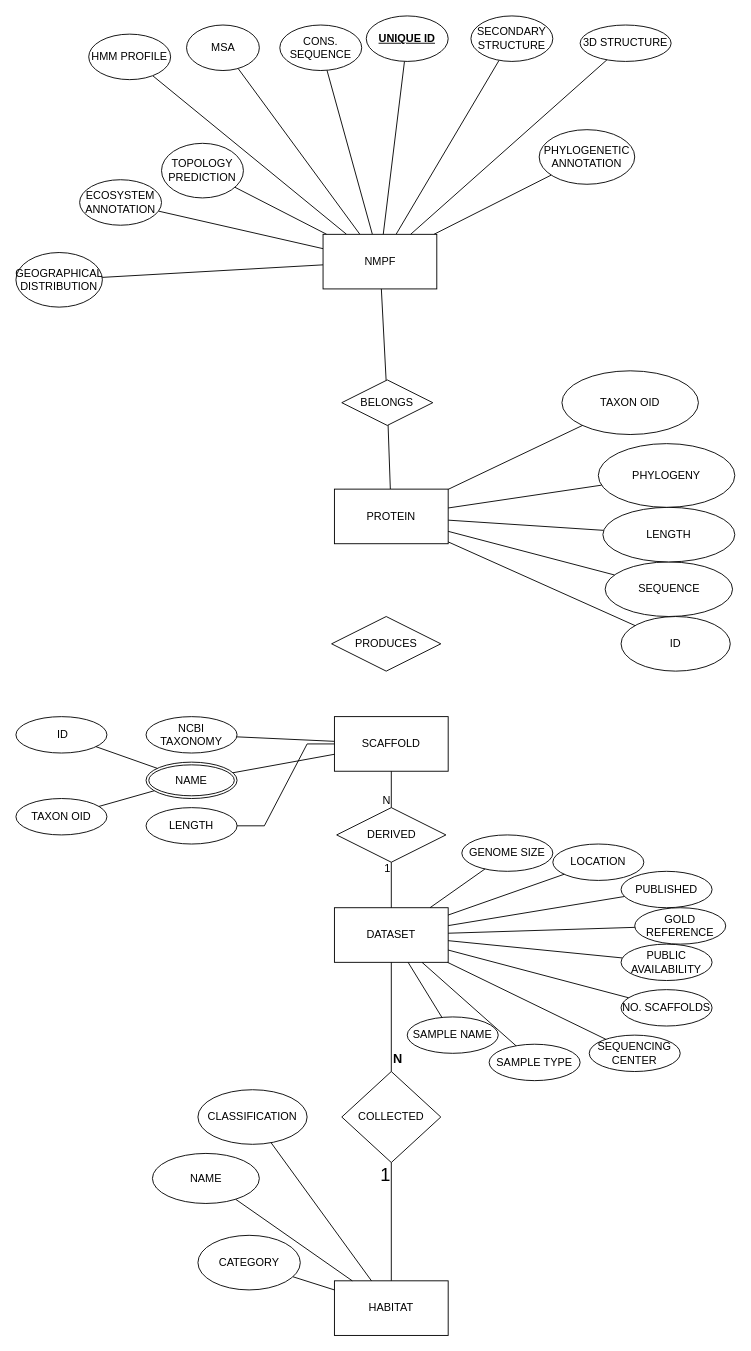
IceGreb/db_project keeps this draw.io diagram as Ανώνυμο διάγραμμα.drawio. Above is the earlier version. Source tidied: cells renumbered, new cells numbered last; positions are measured from the earlier drawing's top-left corner, leaving out a move shared by most shapes. Both pictures are drawn from the tidied source at 91%, with x=0, y=0 at pixel (15, 15).
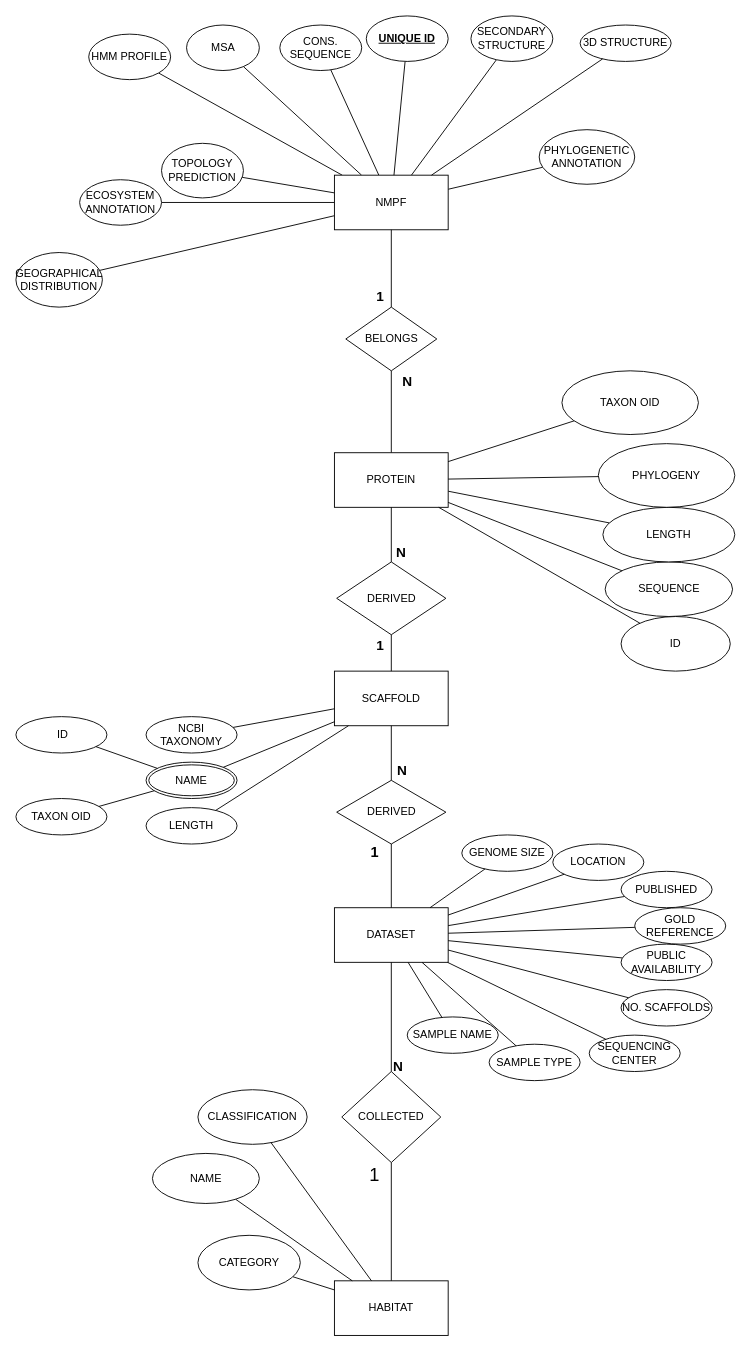
The same diagram, later.

Unchanged cells that the change refers to:
```xml
<mxCell id="21" style="rounded=0;jettySize=auto;html=1;endArrow=none;endFill=0;labelBackgroundColor=none;fontColor=default;" parent="1" edge="1" source="25" target="23">
  <mxGeometry relative="1" as="geometry" />
</mxCell>
<mxCell id="24" style="rounded=0;jettySize=auto;html=1;endArrow=none;endFill=0;labelBackgroundColor=none;fontColor=default;" parent="1" edge="1" source="10" target="25">
  <mxGeometry relative="1" as="geometry" />
</mxCell>
<mxCell id="44" value="LENGTH" style="ellipse;whiteSpace=wrap;html=1;align=center;labelBackgroundColor=none;" parent="1" vertex="1">
  <mxGeometry x="143" y="870" width="100" height="40" as="geometry" />
</mxCell>
<mxCell id="74" style="endArrow=none;html=1;rounded=0;labelBackgroundColor=none;fontColor=default;fontFamily=Permanent Marker;fontSize=30;" parent="1" edge="1" source="73" target="33">
  <mxGeometry relative="1" as="geometry" />
</mxCell>
<mxCell id="76" style="endArrow=none;html=1;rounded=0;labelBackgroundColor=none;labelBorderColor=none;fontColor=default;fontSize=30;labelPosition=center;verticalLabelPosition=top;align=center;verticalAlign=bottom;" parent="1" edge="1" source="73" target="35">
  <mxGeometry relative="1" as="geometry" />
</mxCell>
<mxCell id="79" style="endArrow=none;html=1;rounded=0;" parent="1" edge="1" source="35" target="78">
  <mxGeometry relative="1" as="geometry" />
</mxCell>
<mxCell id="83" style="endArrow=none;html=1;rounded=0;" parent="1" edge="1" source="78" target="34">
  <mxGeometry relative="1" as="geometry" />
</mxCell>
```

Diff of the diagram source:
```diff
@@
     <mxCell id="10" value="NMPF" style="rounded=0;whiteSpace=wrap;html=1;labelBackgroundColor=none;" parent="1" vertex="1">
-      <mxGeometry x="337.5" y="240" width="125" height="60" as="geometry" />
+      <mxGeometry x="350" y="175" width="125" height="60" as="geometry" />
     </mxCell>
@@
+    <mxCell id="85" value="N" style="edgeLabel;html=1;align=center;verticalAlign=middle;fontSize=15;fontStyle=1;" parent="21" vertex="1">
+      <mxGeometry x="-0.71" relative="1" as="geometry">
+        <mxPoint x="17" y="-3" as="offset" />
+      </mxGeometry>
+    </mxCell>
@@
     <mxCell id="23" value="&lt;div&gt;PROTEIN&lt;/div&gt;" style="rounded=0;whiteSpace=wrap;html=1;labelBackgroundColor=none;" parent="1" vertex="1">
-      <mxGeometry x="350" y="520" width="125" height="60" as="geometry" />
+      <mxGeometry x="350" y="480" width="125" height="60" as="geometry" />
     </mxCell>
@@
+    <mxCell id="86" value="1" style="edgeLabel;html=1;align=center;verticalAlign=middle;fontSize=15;fontStyle=1;" parent="24" vertex="1">
+      <mxGeometry x="0.69" y="-1" relative="1" as="geometry">
+        <mxPoint x="-12" as="offset" />
+      </mxGeometry>
+    </mxCell>
     <mxCell id="25" value="BELONGS" style="rhombus;whiteSpace=wrap;html=1;rounded=0;labelBackgroundColor=none;" parent="1" vertex="1">
-      <mxGeometry x="358.1" y="400" width="100" height="50" as="geometry" />
+      <mxGeometry x="362.5" y="320" width="100" height="70" as="geometry" />
     </mxCell>
@@
     <mxCell id="34" value="SCAFFOLD" style="rounded=0;whiteSpace=wrap;html=1;labelBackgroundColor=none;" parent="1" vertex="1">
-      <mxGeometry x="350" y="770" width="125" height="60" as="geometry" />
+      <mxGeometry x="350" y="720" width="125" height="60" as="geometry" />
     </mxCell>
@@
-    <mxCell id="45" style="edgeStyle=entityRelationEdgeStyle;fontSize=12;html=1;endArrow=none;startArrow=none;rounded=0;labelBackgroundColor=none;fontColor=default;startFill=0;endFill=0;" parent="1" edge="1" source="44" target="34">
+    <mxCell id="45" style="fontSize=12;html=1;endArrow=none;startArrow=none;labelBackgroundColor=none;fontColor=default;startFill=0;endFill=0;rounded=1;strokeColor=default;" parent="1" edge="1" source="44" target="34">
       <mxGeometry relative="1" as="geometry" />
     </mxCell>
@@
-    <mxCell id="48" value="PRODUCES" style="shape=rhombus;perimeter=rhombusPerimeter;whiteSpace=wrap;html=1;align=center;labelBackgroundColor=none;" parent="1" vertex="1">
-      <mxGeometry x="346.9" y="660" width="120" height="60" as="geometry" />
+    <mxCell id="48" value="DERIVED" style="shape=rhombus;perimeter=rhombusPerimeter;whiteSpace=wrap;html=1;align=center;labelBackgroundColor=none;" parent="1" vertex="1">
+      <mxGeometry x="352.5" y="600" width="120" height="80" as="geometry" />
     </mxCell>
@@
     <mxCell id="75" value="&lt;font style=&quot;font-size: 20px;&quot;&gt;1&lt;/font&gt;" style="html=1;whiteSpace=wrap;align=right;verticalAlign=bottom;labelBackgroundColor=none;fontSize=30;" parent="74" vertex="1">
       <mxGeometry x="1" relative="1" as="geometry">
-        <mxPoint y="-100" as="offset" />
+        <mxPoint x="-12" y="-100" as="offset" />
       </mxGeometry>
     </mxCell>
@@
-    <mxCell id="77" value="&lt;div align=&quot;left&quot;&gt;&lt;h3&gt;N&lt;/h3&gt;&lt;/div&gt;" style="html=1;whiteSpace=wrap;align=left;verticalAlign=bottom;labelBackgroundColor=none;" parent="76" vertex="1">
+    <mxCell id="77" value="&lt;div align=&quot;left&quot; style=&quot;font-size: 15px;&quot;&gt;&lt;h3 style=&quot;font-size: 15px;&quot;&gt;N&lt;/h3&gt;&lt;/div&gt;" style="html=1;whiteSpace=wrap;align=left;verticalAlign=bottom;labelBackgroundColor=none;fontSize=15;" parent="76" vertex="1">
       <mxGeometry x="1" relative="1" as="geometry">
-        <mxPoint y="130" as="offset" />
+        <mxPoint y="140" as="offset" />
       </mxGeometry>
     </mxCell>
     <mxCell id="78" value="DERIVED" style="shape=rhombus;perimeter=rhombusPerimeter;whiteSpace=wrap;html=1;align=center;" parent="1" vertex="1">
-      <mxGeometry x="352.5" y="870" width="120" height="60" as="geometry" />
+      <mxGeometry x="352.5" y="840" width="120" height="70" as="geometry" />
     </mxCell>
@@
-    <mxCell id="80" value="1" style="html=1;whiteSpace=wrap;align=right;verticalAlign=bottom;" parent="79" vertex="1">
+    <mxCell id="80" value="1" style="html=1;whiteSpace=wrap;align=right;verticalAlign=bottom;fontSize=16;fontStyle=1;" parent="79" vertex="1">
       <mxGeometry x="1" relative="1" as="geometry">
-        <mxPoint y="15" as="offset" />
+        <mxPoint x="-13" y="20" as="offset" />
       </mxGeometry>
     </mxCell>
@@
-    <mxCell id="84" value="N" style="html=1;whiteSpace=wrap;align=right;verticalAlign=bottom;" parent="83" vertex="1">
+    <mxCell id="84" value="N" style="html=1;whiteSpace=wrap;align=right;verticalAlign=bottom;fontSize=15;fontStyle=1;" parent="83" vertex="1">
       <mxGeometry x="1" relative="1" as="geometry">
-        <mxPoint y="41" as="offset" />
+        <mxPoint x="18" y="60" as="offset" />
       </mxGeometry>
     </mxCell>
+    <mxCell id="87" style="endArrow=none;html=1;rounded=0;" parent="1" edge="1" source="48" target="23">
+      <mxGeometry relative="1" as="geometry" />
+    </mxCell>
+    <mxCell id="88" value="N" style="html=1;whiteSpace=wrap;align=right;verticalAlign=bottom;fontSize=15;fontStyle=1;" parent="87" vertex="1">
+      <mxGeometry x="1" relative="1" as="geometry">
+        <mxPoint x="17" y="60" as="offset" />
+      </mxGeometry>
+    </mxCell>
+    <mxCell id="89" style="endArrow=none;html=1;rounded=0;" parent="1" edge="1" source="48" target="34">
+      <mxGeometry relative="1" as="geometry" />
+    </mxCell>
+    <mxCell id="90" value="1" style="edgeLabel;html=1;align=center;verticalAlign=middle;fontSize=15;fontStyle=1;" parent="89" vertex="1">
+      <mxGeometry x="-0.4" relative="1" as="geometry">
+        <mxPoint x="-13" y="-2" as="offset" />
+      </mxGeometry>
+    </mxCell>
```
